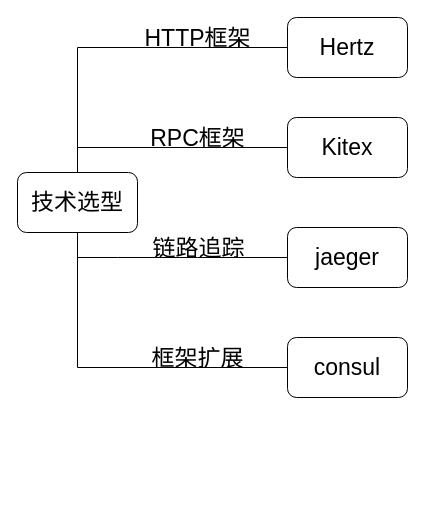
Before: 抖音技术选型图.drawio in Afeather2017/Afeather-Flowcharts, a draw.io diagram. Source tidied: cells renumbered, new cells numbered last; positions are measured from the earlier drawing's top-left corner, leaving out a move shared by most shapes. Both pictures are drawn from the tidied source at 100%, with x=0, y=0 at pixel (17, 17).
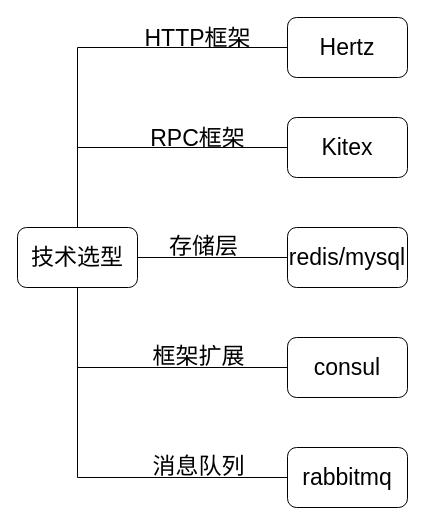
After the change.

Commit message:
更新抖音技术选型图.drawio

Unchanged cells that the change refers to:
```xml
<mxCell id="6" style="endArrow=none;html=1;rounded=0;entryX=0;entryY=0.5;entryDx=0;entryDy=0;exitX=0.5;exitY=0;exitDx=0;exitDy=0;fontSize=23;" parent="1" edge="1" source="11" target="5">
  <mxGeometry relative="1" as="geometry">
    <Array as="points">
      <mxPoint x="60" y="130" />
    </Array>
  </mxGeometry>
</mxCell>
<mxCell id="13" style="endArrow=none;html=1;rounded=0;exitX=0.5;exitY=1;exitDx=0;exitDy=0;entryX=0;entryY=0.5;entryDx=0;entryDy=0;fontSize=23;" parent="1" edge="1" source="11" target="12">
  <mxGeometry relative="1" as="geometry">
    <Array as="points">
      <mxPoint x="60" y="350" />
    </Array>
  </mxGeometry>
</mxCell>
```

What changed in the source:
```diff
@@
     <mxCell id="7" value="RPC框架" style="edgeLabel;html=1;align=center;verticalAlign=middle;fontSize=23;labelBackgroundColor=none;" parent="6" vertex="1">
       <mxGeometry x="0.05" y="3" relative="1" as="geometry">
-        <mxPoint x="21" y="-7" as="offset" />
+        <mxPoint x="47" y="-7" as="offset" />
       </mxGeometry>
     </mxCell>
-    <mxCell id="8" value="jaeger" style="rounded=1;whiteSpace=wrap;html=1;fillColor=none;fontSize=23;" parent="1" vertex="1">
+    <mxCell id="8" value="redis/mysql" style="rounded=1;whiteSpace=wrap;html=1;fillColor=none;fontSize=23;" parent="1" vertex="1">
       <mxGeometry x="270" y="210" width="120" height="60" as="geometry" />
     </mxCell>
-    <mxCell id="9" style="endArrow=none;html=1;rounded=0;exitX=0;exitY=0.5;exitDx=0;exitDy=0;entryX=0.5;entryY=1;entryDx=0;entryDy=0;fontSize=23;" parent="1" edge="1" source="8" target="11">
-      <mxGeometry relative="1" as="geometry">
-        <Array as="points">
-          <mxPoint x="180" y="240" />
-          <mxPoint x="100" y="240" />
-          <mxPoint x="60" y="240" />
-        </Array>
-      </mxGeometry>
-    </mxCell>
-    <mxCell id="10" value="链路追踪" style="edgeLabel;html=1;align=center;verticalAlign=middle;fontSize=23;labelBackgroundColor=none;" parent="9" vertex="1">
-      <mxGeometry x="0.29" y="1" relative="1" as="geometry">
-        <mxPoint x="62" y="-11" as="offset" />
-      </mxGeometry>
-    </mxCell>
     <mxCell id="11" value="技术选型" style="rounded=1;whiteSpace=wrap;html=1;fillColor=none;fontSize=23;" parent="1" vertex="1">
-      <mxGeometry y="155" width="120" height="60" as="geometry" />
+      <mxGeometry y="210" width="120" height="60" as="geometry" />
     </mxCell>
@@
     <mxCell id="14" value="框架扩展" style="edgeLabel;html=1;align=center;verticalAlign=middle;fontSize=23;labelBackgroundColor=none;" parent="13" vertex="1">
       <mxGeometry x="0.47" y="-1" relative="1" as="geometry">
-        <mxPoint y="-11" as="offset" />
+        <mxPoint x="-13" y="-13" as="offset" />
       </mxGeometry>
     </mxCell>
+    <mxCell id="15" value="rabbitmq" style="rounded=1;whiteSpace=wrap;html=1;fillColor=none;fontSize=23;" parent="1" vertex="1">
+      <mxGeometry x="270" y="430" width="120" height="60" as="geometry" />
+    </mxCell>
+    <mxCell id="16" style="endArrow=none;html=1;rounded=0;exitX=1;exitY=0.5;exitDx=0;exitDy=0;entryX=0;entryY=0.5;entryDx=0;entryDy=0;" parent="1" edge="1" source="11" target="8">
+      <mxGeometry relative="1" as="geometry" />
+    </mxCell>
+    <mxCell id="17" value="存储层" style="edgeLabel;html=1;align=center;verticalAlign=middle;fontSize=23;labelBackgroundColor=none;" parent="16" vertex="1">
+      <mxGeometry x="-0.14" y="2" relative="1" as="geometry">
+        <mxPoint y="-10" as="offset" />
+      </mxGeometry>
+    </mxCell>
+    <mxCell id="18" style="endArrow=none;html=1;rounded=0;exitX=0.5;exitY=1;exitDx=0;exitDy=0;entryX=0;entryY=0.5;entryDx=0;entryDy=0;" parent="1" edge="1" source="11" target="15">
+      <mxGeometry relative="1" as="geometry">
+        <Array as="points">
+          <mxPoint x="60" y="460" />
+        </Array>
+      </mxGeometry>
+    </mxCell>
+    <mxCell id="19" value="&lt;font style=&quot;font-size: 23px;&quot;&gt;消息队列&lt;/font&gt;" style="edgeLabel;html=1;align=center;verticalAlign=middle;labelBackgroundColor=none;" parent="18" vertex="1">
+      <mxGeometry x="0.55" y="-1" relative="1" as="geometry">
+        <mxPoint y="-13" as="offset" />
+      </mxGeometry>
+    </mxCell>
```
